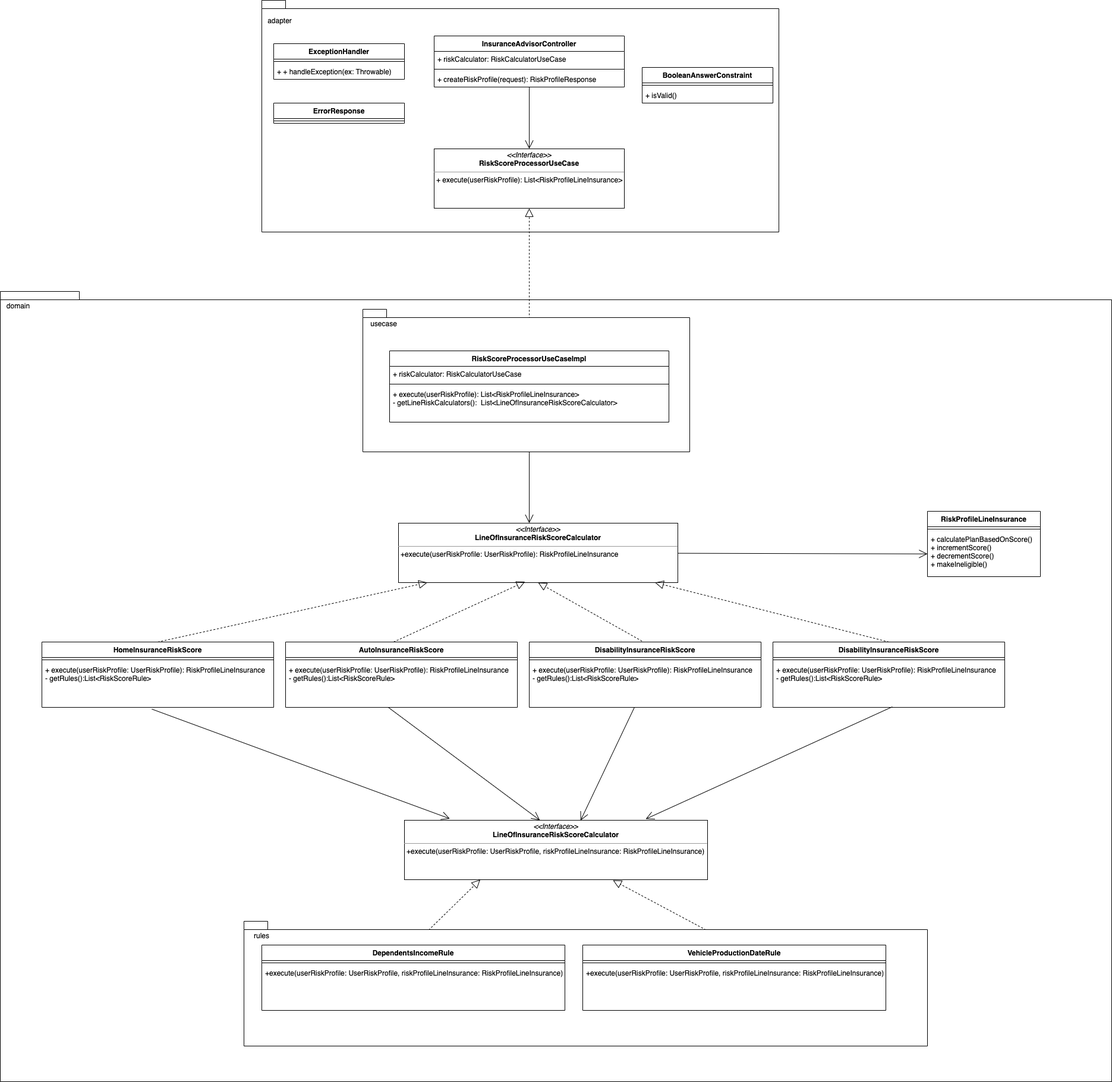
This is insurance-advisor-service.png from diegolucasilva/insurance-advisor-service, a draw.io export, as it was before one commit. Source tidied: cells renumbered, new cells last; positions are measured from the earlier drawing's top-left corner, leaving out a move shared by most shapes.
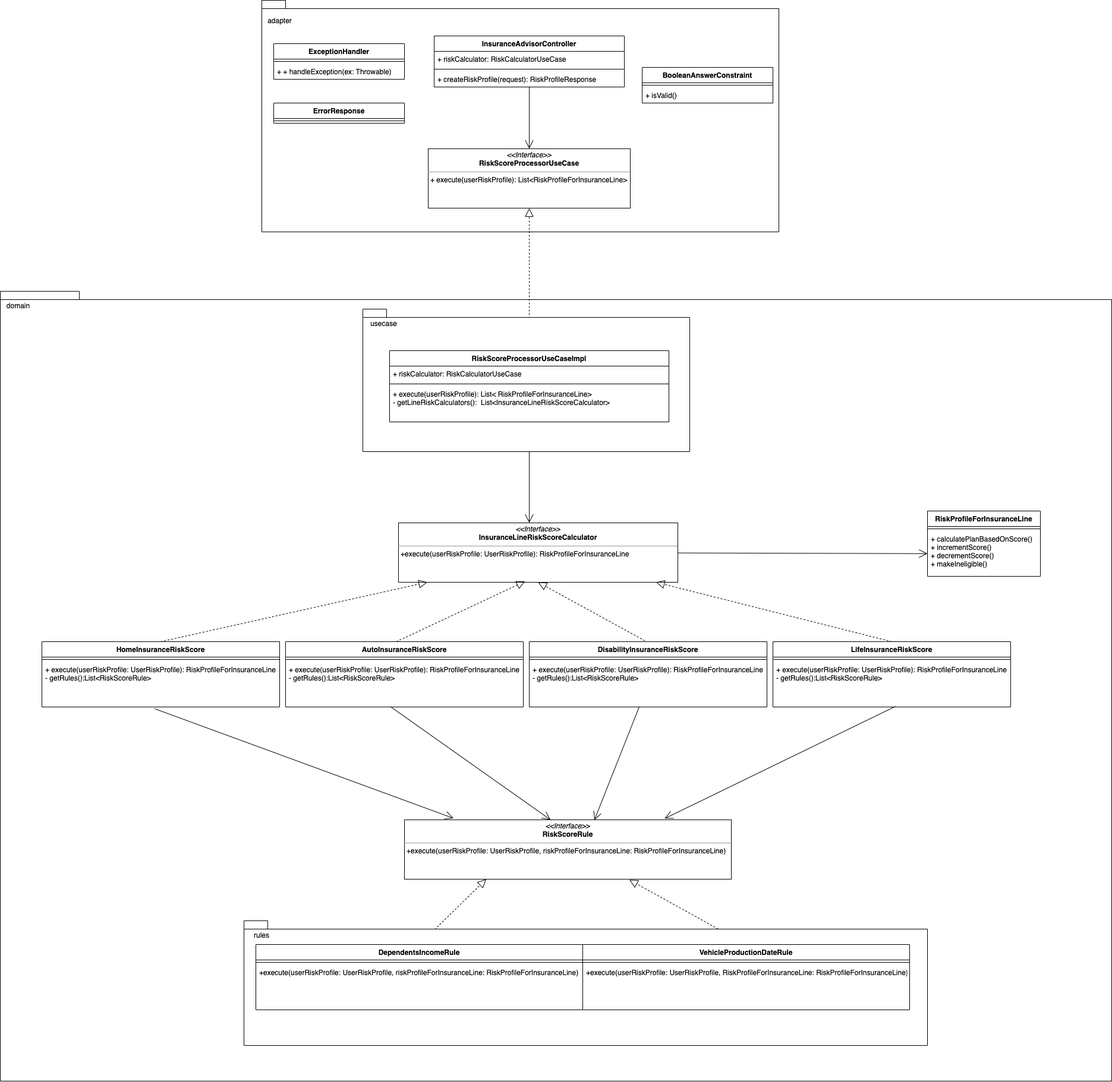
The same diagram one commit later.

Change to the diagram source:
```diff
@@ -26,8 +26,8 @@
     <mxCell id="9" style="endArrow=open;endFill=1;endSize=12;html=1;rounded=0;entryX=0.5;entryY=0;entryDx=0;entryDy=0;" parent="2" edge="1" source="8" target="10">
       <mxGeometry relative="1" as="geometry" />
     </mxCell>
-    <mxCell id="10" value="&lt;p style=&quot;margin:0px;margin-top:4px;text-align:center;&quot;&gt;&lt;i&gt;&amp;lt;&amp;lt;Interface&amp;gt;&amp;gt;&lt;/i&gt;&lt;br&gt;&lt;b&gt;RiskScoreProcessorUseCase&lt;/b&gt;&lt;br&gt;&lt;/p&gt;&lt;hr size=&quot;1&quot;&gt;&lt;p style=&quot;margin:0px;margin-left:4px;&quot;&gt;&lt;/p&gt;&lt;p style=&quot;margin:0px;margin-left:4px;&quot;&gt;+ execute(userRiskProfile): List&amp;lt;RiskProfileLineInsurance&amp;gt;&lt;br&gt;&lt;br&gt;&lt;/p&gt;" style="verticalAlign=top;align=left;overflow=fill;fontSize=12;fontFamily=Helvetica;html=1;" parent="2" vertex="1">
-      <mxGeometry x="290" y="250" width="320" height="100" as="geometry" />
+    <mxCell id="10" value="&lt;p style=&quot;margin:0px;margin-top:4px;text-align:center;&quot;&gt;&lt;i&gt;&amp;lt;&amp;lt;Interface&amp;gt;&amp;gt;&lt;/i&gt;&lt;br&gt;&lt;b&gt;RiskScoreProcessorUseCase&lt;/b&gt;&lt;br&gt;&lt;/p&gt;&lt;hr size=&quot;1&quot;&gt;&lt;p style=&quot;margin:0px;margin-left:4px;&quot;&gt;&lt;/p&gt;&lt;p style=&quot;margin:0px;margin-left:4px;&quot;&gt;+ execute(userRiskProfile): List&amp;lt;RiskProfileForInsuranceLine&amp;gt;&lt;br&gt;&lt;br&gt;&lt;/p&gt;" style="verticalAlign=top;align=left;overflow=fill;fontSize=12;fontFamily=Helvetica;html=1;" parent="2" vertex="1">
+      <mxGeometry x="280" y="250" width="340" height="100" as="geometry" />
     </mxCell>
     <mxCell id="11" value="ExceptionHandler" style="swimlane;fontStyle=1;align=center;verticalAlign=top;horizontal=1;startSize=26;" parent="2" vertex="1">
       <mxGeometry x="20" y="73" width="220" height="60" as="geometry" />
@@ -61,53 +61,53 @@
         <mxPoint x="890" y="880" as="targetPoint" />
       </mxGeometry>
     </mxCell>
-    <mxCell id="21" value="&lt;p style=&quot;margin:0px;margin-top:4px;text-align:center;&quot;&gt;&lt;i&gt;&amp;lt;&amp;lt;Interface&amp;gt;&amp;gt;&lt;/i&gt;&lt;br&gt;&lt;b&gt;LineOfInsuranceRiskScoreCalculator&lt;/b&gt;&lt;br&gt;&lt;/p&gt;&lt;hr size=&quot;1&quot;&gt;&lt;p style=&quot;margin:0px;margin-left:4px;&quot;&gt;&lt;/p&gt;&lt;p style=&quot;margin:0px;margin-left:4px;&quot;&gt;+execute(userRiskProfile: UserRiskProfile): RiskProfileLineInsurance&lt;/p&gt;" style="verticalAlign=top;align=left;overflow=fill;fontSize=12;fontFamily=Helvetica;html=1;" parent="1" vertex="1">
+    <mxCell id="21" value="&lt;p style=&quot;margin:0px;margin-top:4px;text-align:center;&quot;&gt;&lt;i&gt;&amp;lt;&amp;lt;Interface&amp;gt;&amp;gt;&lt;/i&gt;&lt;br&gt;&lt;b&gt;InsuranceLineRiskScoreCalculator&lt;/b&gt;&lt;br&gt;&lt;/p&gt;&lt;hr size=&quot;1&quot;&gt;&lt;p style=&quot;margin:0px;margin-left:4px;&quot;&gt;&lt;/p&gt;&lt;p style=&quot;margin:0px;margin-left:4px;&quot;&gt;+execute(userRiskProfile: UserRiskProfile): RiskProfileForInsuranceLine&lt;/p&gt;" style="verticalAlign=top;align=left;overflow=fill;fontSize=12;fontFamily=Helvetica;html=1;" parent="1" vertex="1">
       <mxGeometry x="670" y="880" width="470" height="100" as="geometry" />
     </mxCell>
     <mxCell id="22" style="endArrow=block;dashed=1;endFill=0;endSize=12;html=1;rounded=0;entryX=0.453;entryY=0.985;entryDx=0;entryDy=0;entryPerimeter=0;exitX=0.466;exitY=0;exitDx=0;exitDy=0;exitPerimeter=0;" parent="1" edge="1" source="23" target="21">
       <mxGeometry relative="1" as="geometry" />
     </mxCell>
     <mxCell id="23" value="AutoInsuranceRiskScore" style="swimlane;fontStyle=1;align=center;verticalAlign=top;horizontal=1;startSize=26;" parent="1" vertex="1">
-      <mxGeometry x="480" y="1080" width="390" height="110" as="geometry" />
+      <mxGeometry x="480" y="1080" width="400" height="110" as="geometry" />
     </mxCell>
     <mxCell id="24" style="line;strokeWidth=1;fillColor=none;align=left;verticalAlign=middle;spacingTop=-1;spacingLeft=3;spacingRight=3;labelPosition=right;" parent="23" vertex="1">
-      <mxGeometry y="26" width="390" height="8" as="geometry" />
+      <mxGeometry y="26" width="400" height="8" as="geometry" />
     </mxCell>
-    <mxCell id="25" value="+ execute(userRiskProfile: UserRiskProfile): RiskProfileLineInsurance&#10;- getRules():List&lt;RiskScoreRule&gt;" style="text;strokeColor=none;fillColor=none;align=left;verticalAlign=top;spacingLeft=4;spacingRight=4;overflow=hidden;points=[[0,0.5],[1,0.5]];portConstraint=eastwest;" parent="23" vertex="1">
-      <mxGeometry y="34" width="390" height="76" as="geometry" />
+    <mxCell id="25" value="+ execute(userRiskProfile: UserRiskProfile): RiskProfileForInsuranceLine&#10;- getRules():List&lt;RiskScoreRule&gt;" style="text;strokeColor=none;fillColor=none;align=left;verticalAlign=top;spacingLeft=4;spacingRight=4;overflow=hidden;points=[[0,0.5],[1,0.5]];portConstraint=eastwest;" parent="23" vertex="1">
+      <mxGeometry y="34" width="400" height="76" as="geometry" />
     </mxCell>
     <mxCell id="26" value="DisabilityInsuranceRiskScore" style="swimlane;fontStyle=1;align=center;verticalAlign=top;horizontal=1;startSize=26;" parent="1" vertex="1">
-      <mxGeometry x="890" y="1080" width="390" height="110" as="geometry" />
+      <mxGeometry x="890" y="1080" width="400" height="110" as="geometry" />
     </mxCell>
     <mxCell id="27" style="line;strokeWidth=1;fillColor=none;align=left;verticalAlign=middle;spacingTop=-1;spacingLeft=3;spacingRight=3;labelPosition=right;" parent="26" vertex="1">
-      <mxGeometry y="26" width="390" height="8" as="geometry" />
+      <mxGeometry y="26" width="400" height="8" as="geometry" />
     </mxCell>
-    <mxCell id="28" value="+ execute(userRiskProfile: UserRiskProfile): RiskProfileLineInsurance&#10;- getRules():List&lt;RiskScoreRule&gt;" style="text;strokeColor=none;fillColor=none;align=left;verticalAlign=top;spacingLeft=4;spacingRight=4;overflow=hidden;points=[[0,0.5],[1,0.5]];portConstraint=eastwest;" parent="26" vertex="1">
-      <mxGeometry y="34" width="390" height="76" as="geometry" />
+    <mxCell id="28" value="+ execute(userRiskProfile: UserRiskProfile): RiskProfileForInsuranceLine&#10;- getRules():List&lt;RiskScoreRule&gt;" style="text;strokeColor=none;fillColor=none;align=left;verticalAlign=top;spacingLeft=4;spacingRight=4;overflow=hidden;points=[[0,0.5],[1,0.5]];portConstraint=eastwest;" parent="26" vertex="1">
+      <mxGeometry y="34" width="400" height="76" as="geometry" />
     </mxCell>
     <mxCell id="29" style="endArrow=block;dashed=1;endFill=0;endSize=12;html=1;rounded=0;entryX=0.5;entryY=1;entryDx=0;entryDy=0;exitX=0.486;exitY=-0.014;exitDx=0;exitDy=0;exitPerimeter=0;" parent="1" edge="1" source="26" target="21">
       <mxGeometry relative="1" as="geometry" />
     </mxCell>
     <mxCell id="30" value="HomeInsuranceRiskScore" style="swimlane;fontStyle=1;align=center;verticalAlign=top;horizontal=1;startSize=26;" parent="1" vertex="1">
-      <mxGeometry x="70" y="1080" width="390" height="110" as="geometry" />
+      <mxGeometry x="70" y="1080" width="400" height="110" as="geometry" />
     </mxCell>
     <mxCell id="31" style="line;strokeWidth=1;fillColor=none;align=left;verticalAlign=middle;spacingTop=-1;spacingLeft=3;spacingRight=3;labelPosition=right;" parent="30" vertex="1">
-      <mxGeometry y="26" width="390" height="8" as="geometry" />
+      <mxGeometry y="26" width="400" height="8" as="geometry" />
     </mxCell>
-    <mxCell id="32" value="+ execute(userRiskProfile: UserRiskProfile): RiskProfileLineInsurance&#10;- getRules():List&lt;RiskScoreRule&gt;" style="text;strokeColor=none;fillColor=none;align=left;verticalAlign=top;spacingLeft=4;spacingRight=4;overflow=hidden;points=[[0,0.5],[1,0.5]];portConstraint=eastwest;" parent="30" vertex="1">
-      <mxGeometry y="34" width="390" height="76" as="geometry" />
+    <mxCell id="32" value="+ execute(userRiskProfile: UserRiskProfile): RiskProfileForInsuranceLine&#10;- getRules():List&lt;RiskScoreRule&gt;" style="text;strokeColor=none;fillColor=none;align=left;verticalAlign=top;spacingLeft=4;spacingRight=4;overflow=hidden;points=[[0,0.5],[1,0.5]];portConstraint=eastwest;" parent="30" vertex="1">
+      <mxGeometry y="34" width="400" height="76" as="geometry" />
     </mxCell>
     <mxCell id="33" style="endArrow=block;dashed=1;endFill=0;endSize=12;html=1;rounded=0;entryX=0.103;entryY=0.999;entryDx=0;entryDy=0;entryPerimeter=0;exitX=0.5;exitY=0;exitDx=0;exitDy=0;" parent="1" edge="1" source="30" target="21">
       <mxGeometry relative="1" as="geometry" />
     </mxCell>
-    <mxCell id="34" value="DisabilityInsuranceRiskScore" style="swimlane;fontStyle=1;align=center;verticalAlign=top;horizontal=1;startSize=26;" parent="1" vertex="1">
-      <mxGeometry x="1300" y="1080" width="390" height="110" as="geometry" />
+    <mxCell id="34" value="LifeInsuranceRiskScore" style="swimlane;fontStyle=1;align=center;verticalAlign=top;horizontal=1;startSize=26;" parent="1" vertex="1">
+      <mxGeometry x="1300" y="1080" width="400" height="110" as="geometry" />
     </mxCell>
     <mxCell id="35" style="line;strokeWidth=1;fillColor=none;align=left;verticalAlign=middle;spacingTop=-1;spacingLeft=3;spacingRight=3;labelPosition=right;" parent="34" vertex="1">
-      <mxGeometry y="26" width="390" height="8" as="geometry" />
+      <mxGeometry y="26" width="400" height="8" as="geometry" />
     </mxCell>
-    <mxCell id="36" value="+ execute(userRiskProfile: UserRiskProfile): RiskProfileLineInsurance&#10;- getRules():List&lt;RiskScoreRule&gt;" style="text;strokeColor=none;fillColor=none;align=left;verticalAlign=top;spacingLeft=4;spacingRight=4;overflow=hidden;points=[[0,0.5],[1,0.5]];portConstraint=eastwest;" parent="34" vertex="1">
-      <mxGeometry y="34" width="390" height="76" as="geometry" />
+    <mxCell id="36" value="+ execute(userRiskProfile: UserRiskProfile): RiskProfileForInsuranceLine&#10;- getRules():List&lt;RiskScoreRule&gt;" style="text;strokeColor=none;fillColor=none;align=left;verticalAlign=top;spacingLeft=4;spacingRight=4;overflow=hidden;points=[[0,0.5],[1,0.5]];portConstraint=eastwest;" parent="34" vertex="1">
+      <mxGeometry y="34" width="400" height="76" as="geometry" />
     </mxCell>
     <mxCell id="37" style="endArrow=block;dashed=1;endFill=0;endSize=12;html=1;rounded=0;exitX=0.5;exitY=0;exitDx=0;exitDy=0;" parent="1" edge="1" source="34" target="21">
       <mxGeometry relative="1" as="geometry" />
@@ -124,8 +124,8 @@
     <mxCell id="41" style="endArrow=open;endFill=1;endSize=12;html=1;rounded=0;exitX=0.515;exitY=0.988;exitDx=0;exitDy=0;exitPerimeter=0;entryX=0.796;entryY=-0.021;entryDx=0;entryDy=0;entryPerimeter=0;" parent="1" edge="1" source="36" target="42">
       <mxGeometry relative="1" as="geometry" />
     </mxCell>
-    <mxCell id="42" value="&lt;p style=&quot;margin:0px;margin-top:4px;text-align:center;&quot;&gt;&lt;i&gt;&amp;lt;&amp;lt;Interface&amp;gt;&amp;gt;&lt;/i&gt;&lt;br&gt;&lt;b&gt;LineOfInsuranceRiskScoreCalculator&lt;/b&gt;&lt;br&gt;&lt;/p&gt;&lt;hr size=&quot;1&quot;&gt;&lt;p style=&quot;margin:0px;margin-left:4px;&quot;&gt;&lt;/p&gt;&lt;p style=&quot;margin:0px;margin-left:4px;&quot;&gt;+execute(userRiskProfile: UserRiskProfile, riskProfileLineInsurance: RiskProfileLineInsurance)&lt;/p&gt;" style="verticalAlign=top;align=left;overflow=fill;fontSize=12;fontFamily=Helvetica;html=1;" parent="1" vertex="1">
-      <mxGeometry x="680" y="1380" width="510" height="100" as="geometry" />
+    <mxCell id="42" value="&lt;p style=&quot;margin:0px;margin-top:4px;text-align:center;&quot;&gt;&lt;i&gt;&amp;lt;&amp;lt;Interface&amp;gt;&amp;gt;&lt;/i&gt;&lt;br&gt;&lt;b&gt;RiskScoreRule&lt;/b&gt;&lt;br&gt;&lt;/p&gt;&lt;hr size=&quot;1&quot;&gt;&lt;p style=&quot;margin:0px;margin-left:4px;&quot;&gt;&lt;/p&gt;&lt;p style=&quot;margin:0px;margin-left:4px;&quot;&gt;+execute(userRiskProfile: UserRiskProfile, riskProfileForInsuranceLine: RiskProfileForInsuranceLine)&lt;/p&gt;" style="verticalAlign=top;align=left;overflow=fill;fontSize=12;fontFamily=Helvetica;html=1;" parent="1" vertex="1">
+      <mxGeometry x="680" y="1380" width="550" height="100" as="geometry" />
     </mxCell>
     <mxCell id="43" style="endArrow=block;dashed=1;endFill=0;endSize=12;html=1;rounded=0;entryX=0.25;entryY=1;entryDx=0;entryDy=0;exitX=0.5;exitY=0;exitDx=0;exitDy=0;" parent="1" edge="1" source="61" target="42">
       <mxGeometry relative="1" as="geometry" />
@@ -133,7 +133,7 @@
     <mxCell id="44" style="endArrow=block;dashed=1;endFill=0;endSize=12;html=1;rounded=0;entryX=0.688;entryY=1.01;entryDx=0;entryDy=0;exitX=0.5;exitY=0;exitDx=0;exitDy=0;entryPerimeter=0;" parent="1" edge="1" source="58" target="42">
       <mxGeometry relative="1" as="geometry" />
     </mxCell>
-    <mxCell id="45" value="RiskProfileLineInsurance" style="swimlane;fontStyle=1;align=center;verticalAlign=top;horizontal=1;startSize=26;" parent="1" vertex="1">
+    <mxCell id="45" value="RiskProfileForInsuranceLine" style="swimlane;fontStyle=1;align=center;verticalAlign=top;horizontal=1;startSize=26;" parent="1" vertex="1">
       <mxGeometry x="1560" y="860" width="190" height="110" as="geometry" />
     </mxCell>
     <mxCell id="46" style="line;strokeWidth=1;fillColor=none;align=left;verticalAlign=middle;spacingTop=-1;spacingLeft=3;spacingRight=3;labelPosition=right;" parent="45" vertex="1">
@@ -163,7 +163,7 @@
     <mxCell id="54" style="line;strokeWidth=1;fillColor=none;align=left;verticalAlign=middle;spacingTop=-1;spacingLeft=3;spacingRight=3;labelPosition=right;" parent="52" vertex="1">
       <mxGeometry y="52" width="470" height="8" as="geometry" />
     </mxCell>
-    <mxCell id="55" value="+ execute(userRiskProfile): List&lt;RiskProfileLineInsurance&gt;&#10;- getLineRiskCalculators():  List&lt;LineOfInsuranceRiskScoreCalculator&gt;" style="text;strokeColor=none;fillColor=none;align=left;verticalAlign=top;spacingLeft=4;spacingRight=4;overflow=hidden;points=[[0,0.5],[1,0.5]];portConstraint=eastwest;" parent="52" vertex="1">
+    <mxCell id="55" value="+ execute(userRiskProfile): List&lt; RiskProfileForInsuranceLine&gt;&#10;- getLineRiskCalculators():  List&lt;InsuranceLineRiskScoreCalculator&gt;" style="text;strokeColor=none;fillColor=none;align=left;verticalAlign=top;spacingLeft=4;spacingRight=4;overflow=hidden;points=[[0,0.5],[1,0.5]];portConstraint=eastwest;" parent="52" vertex="1">
       <mxGeometry y="60" width="470" height="60" as="geometry" />
     </mxCell>
     <mxCell id="56" value="usecase" style="text;html=1;align=center;verticalAlign=middle;strokeColor=none;fillColor=none;" parent="1" vertex="1">
@@ -173,22 +173,22 @@
       <mxGeometry x="410" y="1550" width="1150" height="210" as="geometry" />
     </mxCell>
     <mxCell id="58" value="VehicleProductionDateRule" style="swimlane;fontStyle=1;align=center;verticalAlign=top;horizontal=1;startSize=26;" parent="1" vertex="1">
-      <mxGeometry x="980" y="1590" width="510" height="110" as="geometry" />
+      <mxGeometry x="980" y="1590" width="550" height="110" as="geometry" />
     </mxCell>
     <mxCell id="59" style="line;strokeWidth=1;fillColor=none;align=left;verticalAlign=middle;spacingTop=-1;spacingLeft=3;spacingRight=3;labelPosition=right;" parent="58" vertex="1">
-      <mxGeometry y="26" width="510" height="8" as="geometry" />
+      <mxGeometry y="26" width="550" height="8" as="geometry" />
     </mxCell>
-    <mxCell id="60" value="+execute(userRiskProfile: UserRiskProfile, riskProfileLineInsurance: RiskProfileLineInsurance)" style="text;strokeColor=none;fillColor=none;align=left;verticalAlign=top;spacingLeft=4;spacingRight=4;overflow=hidden;" parent="58" vertex="1">
-      <mxGeometry y="34" width="510" height="76" as="geometry" />
+    <mxCell id="60" value="+execute(userRiskProfile: UserRiskProfile, RiskProfileForInsuranceLine: RiskProfileForInsuranceLine)" style="text;strokeColor=none;fillColor=none;align=left;verticalAlign=top;spacingLeft=4;spacingRight=4;overflow=hidden;" parent="58" vertex="1">
+      <mxGeometry y="34" width="550" height="76" as="geometry" />
     </mxCell>
     <mxCell id="61" value="DependentsIncomeRule" style="swimlane;fontStyle=1;align=center;verticalAlign=top;horizontal=1;startSize=26;" parent="1" vertex="1">
-      <mxGeometry x="440" y="1590" width="510" height="110" as="geometry" />
+      <mxGeometry x="430" y="1590" width="550" height="110" as="geometry" />
     </mxCell>
     <mxCell id="62" style="line;strokeWidth=1;fillColor=none;align=left;verticalAlign=middle;spacingTop=-1;spacingLeft=3;spacingRight=3;labelPosition=right;" parent="61" vertex="1">
-      <mxGeometry y="26" width="510" height="8" as="geometry" />
+      <mxGeometry y="26" width="550" height="8" as="geometry" />
     </mxCell>
-    <mxCell id="63" value="+execute(userRiskProfile: UserRiskProfile, riskProfileLineInsurance: RiskProfileLineInsurance)" style="text;strokeColor=none;fillColor=none;align=left;verticalAlign=top;spacingLeft=4;spacingRight=4;overflow=hidden;" parent="61" vertex="1">
-      <mxGeometry y="34" width="510" height="76" as="geometry" />
+    <mxCell id="63" value="+execute(userRiskProfile: UserRiskProfile, riskProfileForInsuranceLine: RiskProfileForInsuranceLine)" style="text;strokeColor=none;fillColor=none;align=left;verticalAlign=top;spacingLeft=4;spacingRight=4;overflow=hidden;" parent="61" vertex="1">
+      <mxGeometry y="34" width="550" height="76" as="geometry" />
     </mxCell>
     <mxCell id="64" value="rules" style="text;html=1;strokeColor=none;fillColor=none;align=center;verticalAlign=middle;whiteSpace=wrap;rounded=0;" parent="1" vertex="1">
       <mxGeometry x="410" y="1560" width="60" height="30" as="geometry" />
```
